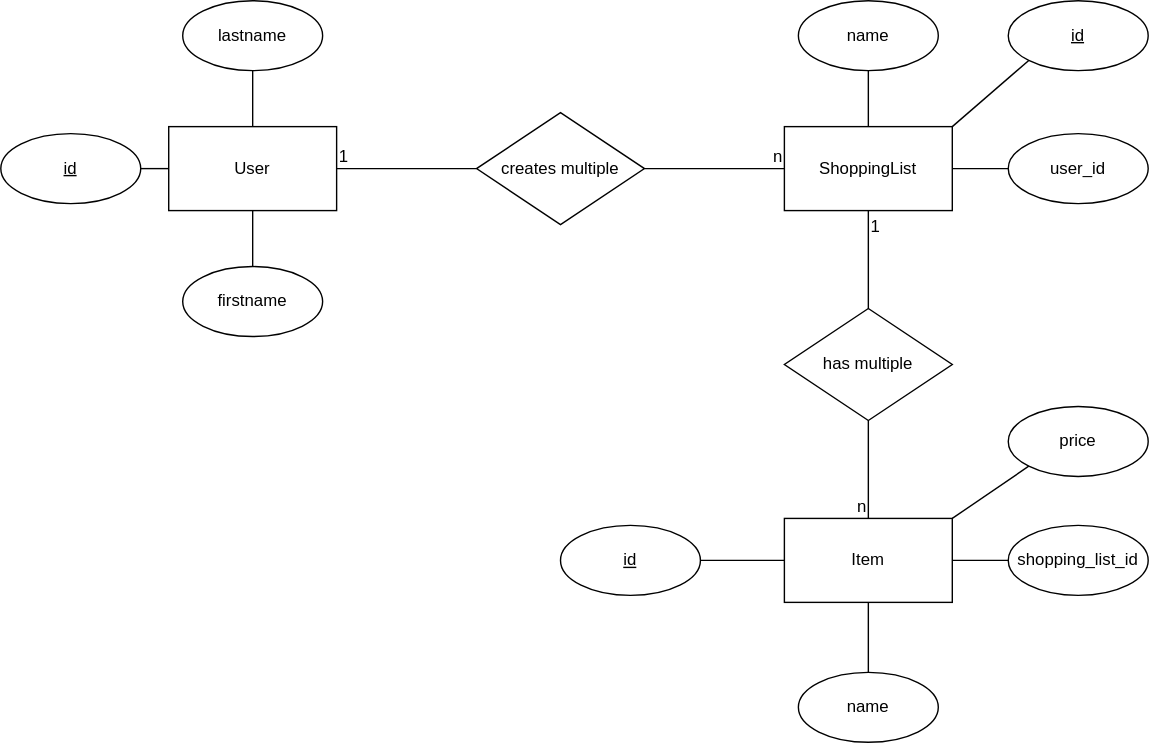
niklaskroe/hrp-api keeps this draw.io diagram as docs/assets/er-model.svg. Above is the earlier version. Source tidied: cells renumbered, new cells last; positions are measured from the earlier drawing's top-left corner, leaving out a move shared by most shapes.
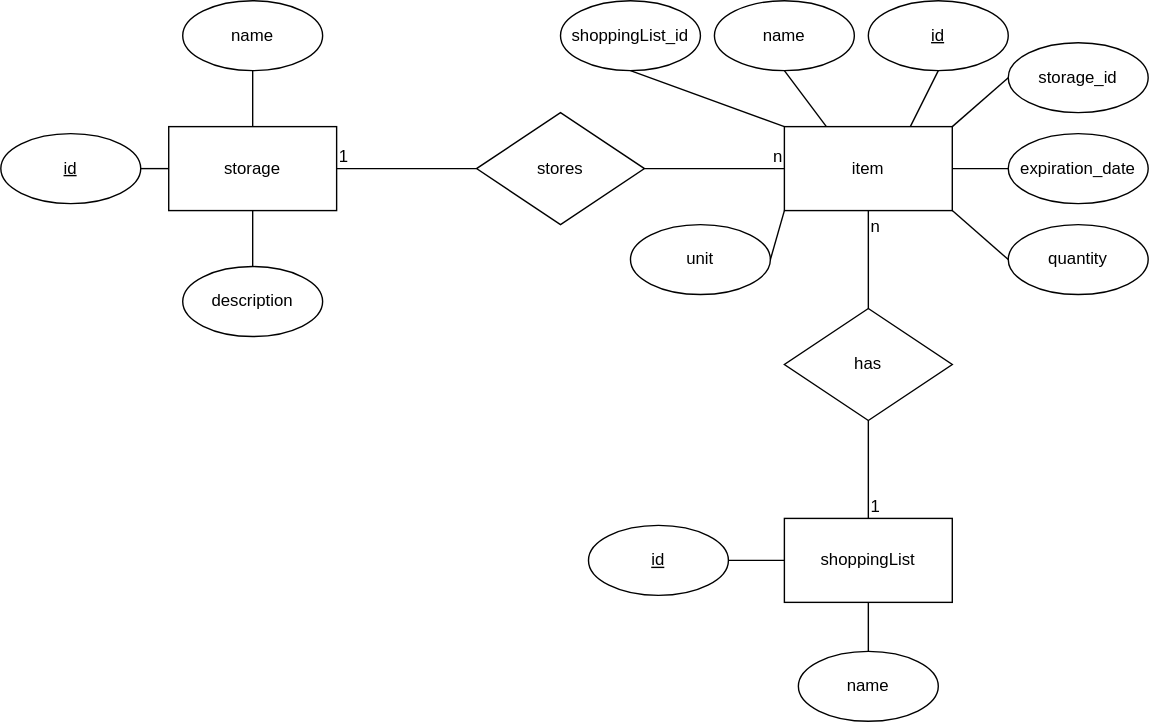
The same diagram one commit later.

What changed in the source:
```diff
@@ -2,25 +2,25 @@
   <root>
     <mxCell id="0" />
     <mxCell id="1" parent="0" />
-    <mxCell id="2" value="User" style="rounded=0;whiteSpace=wrap;html=1;" parent="1" vertex="1">
+    <mxCell id="2" value="storage" style="rounded=0;whiteSpace=wrap;html=1;" parent="1" vertex="1">
       <mxGeometry x="120" y="90" width="120" height="60" as="geometry" />
     </mxCell>
-    <mxCell id="3" value="ShoppingList" style="rounded=0;whiteSpace=wrap;html=1;" parent="1" vertex="1">
+    <mxCell id="3" value="item" style="rounded=0;whiteSpace=wrap;html=1;" parent="1" vertex="1">
       <mxGeometry x="560" y="90" width="120" height="60" as="geometry" />
     </mxCell>
-    <mxCell id="4" value="Item" style="rounded=0;whiteSpace=wrap;html=1;" parent="1" vertex="1">
+    <mxCell id="4" value="shoppingList" style="rounded=0;whiteSpace=wrap;html=1;" parent="1" vertex="1">
       <mxGeometry x="560" y="370" width="120" height="60" as="geometry" />
     </mxCell>
     <mxCell id="5" value="&lt;u&gt;id&lt;/u&gt;" style="ellipse;whiteSpace=wrap;html=1;" parent="1" vertex="1">
       <mxGeometry y="95" width="100" height="50" as="geometry" />
     </mxCell>
-    <mxCell id="6" value="firstname" style="ellipse;whiteSpace=wrap;html=1;" parent="1" vertex="1">
+    <mxCell id="6" value="&lt;div&gt;description&lt;/div&gt;" style="ellipse;whiteSpace=wrap;html=1;" parent="1" vertex="1">
       <mxGeometry x="130" y="190" width="100" height="50" as="geometry" />
     </mxCell>
-    <mxCell id="7" value="lastname" style="ellipse;whiteSpace=wrap;html=1;" parent="1" vertex="1">
+    <mxCell id="7" value="name" style="ellipse;whiteSpace=wrap;html=1;" parent="1" vertex="1">
       <mxGeometry x="130" width="100" height="50" as="geometry" />
     </mxCell>
-    <mxCell id="8" value="creates multiple" style="rhombus;whiteSpace=wrap;html=1;" parent="1" vertex="1">
+    <mxCell id="8" value="stores" style="rhombus;whiteSpace=wrap;html=1;" parent="1" vertex="1">
       <mxGeometry x="340" y="80" width="120" height="80" as="geometry" />
     </mxCell>
     <mxCell id="9" style="endArrow=none;html=1;rounded=0;exitX=1;exitY=0.5;exitDx=0;exitDy=0;" parent="1" edge="1" source="5">
@@ -54,22 +54,13 @@
     <mxCell id="17" value="n" style="html=1;whiteSpace=wrap;align=right;verticalAlign=bottom;" parent="15" vertex="1">
       <mxGeometry x="1" relative="1" as="geometry" />
     </mxCell>
-    <mxCell id="18" value="has multiple" style="rhombus;whiteSpace=wrap;html=1;" parent="1" vertex="1">
+    <mxCell id="18" value="has" style="rhombus;whiteSpace=wrap;html=1;" parent="1" vertex="1">
       <mxGeometry x="560" y="220" width="120" height="80" as="geometry" />
     </mxCell>
-    <mxCell id="19" style="endArrow=none;html=1;rounded=0;exitX=0.5;exitY=1;exitDx=0;exitDy=0;entryX=0.5;entryY=0;entryDx=0;entryDy=0;" parent="1" edge="1" source="18" target="4">
-      <mxGeometry relative="1" as="geometry" />
-    </mxCell>
-    <mxCell id="20" style="html=1;whiteSpace=wrap;align=left;verticalAlign=bottom;" parent="19" vertex="1">
-      <mxGeometry x="-1" relative="1" as="geometry" />
-    </mxCell>
-    <mxCell id="21" value="n" style="html=1;whiteSpace=wrap;align=right;verticalAlign=bottom;" parent="19" vertex="1">
-      <mxGeometry x="1" relative="1" as="geometry" />
-    </mxCell>
     <mxCell id="22" style="endArrow=none;html=1;rounded=0;exitX=0.5;exitY=1;exitDx=0;exitDy=0;entryX=0.5;entryY=0;entryDx=0;entryDy=0;" parent="1" edge="1" source="3" target="18">
       <mxGeometry relative="1" as="geometry" />
     </mxCell>
-    <mxCell id="23" value="1" style="html=1;whiteSpace=wrap;align=left;verticalAlign=bottom;" parent="22" vertex="1">
+    <mxCell id="23" value="n" style="html=1;whiteSpace=wrap;align=left;verticalAlign=bottom;" parent="22" vertex="1">
       <mxGeometry x="-1" relative="1" as="geometry">
         <mxPoint y="20" as="offset" />
       </mxGeometry>
@@ -78,46 +69,67 @@
       <mxGeometry x="1" relative="1" as="geometry" />
     </mxCell>
     <mxCell id="25" value="&lt;u&gt;id&lt;/u&gt;" style="ellipse;whiteSpace=wrap;html=1;" parent="1" vertex="1">
-      <mxGeometry x="400" y="375" width="100" height="50" as="geometry" />
+      <mxGeometry x="420" y="375" width="100" height="50" as="geometry" />
     </mxCell>
     <mxCell id="26" style="endArrow=none;html=1;rounded=0;entryX=0;entryY=0.5;entryDx=0;entryDy=0;exitX=1;exitY=0.5;exitDx=0;exitDy=0;" parent="1" edge="1" source="25" target="4">
       <mxGeometry relative="1" as="geometry" />
     </mxCell>
     <mxCell id="27" value="name" style="ellipse;whiteSpace=wrap;html=1;" parent="1" vertex="1">
-      <mxGeometry x="570" y="480" width="100" height="50" as="geometry" />
+      <mxGeometry x="570" y="465" width="100" height="50" as="geometry" />
     </mxCell>
     <mxCell id="28" style="endArrow=none;html=1;rounded=0;entryX=0.5;entryY=1;entryDx=0;entryDy=0;exitX=0.5;exitY=0;exitDx=0;exitDy=0;" parent="1" edge="1" source="27" target="4">
       <mxGeometry relative="1" as="geometry" />
     </mxCell>
-    <mxCell id="29" value="price" style="ellipse;whiteSpace=wrap;html=1;" parent="1" vertex="1">
-      <mxGeometry x="720" y="290" width="100" height="50" as="geometry" />
+    <mxCell id="29" value="expiration_date" style="ellipse;whiteSpace=wrap;html=1;" parent="1" vertex="1">
+      <mxGeometry x="720" y="95" width="100" height="50" as="geometry" />
     </mxCell>
-    <mxCell id="30" style="endArrow=none;html=1;rounded=0;entryX=1;entryY=0;entryDx=0;entryDy=0;exitX=0;exitY=1;exitDx=0;exitDy=0;" parent="1" edge="1" source="29" target="4">
+    <mxCell id="30" style="endArrow=none;html=1;rounded=0;entryX=1;entryY=0.5;entryDx=0;entryDy=0;exitX=0;exitY=0.5;exitDx=0;exitDy=0;" parent="1" edge="1" source="29" target="3">
       <mxGeometry relative="1" as="geometry" />
     </mxCell>
-    <mxCell id="31" value="shopping_list_id" style="ellipse;whiteSpace=wrap;html=1;" parent="1" vertex="1">
-      <mxGeometry x="720" y="375" width="100" height="50" as="geometry" />
+    <mxCell id="31" value="shoppingList_id" style="ellipse;whiteSpace=wrap;html=1;" parent="1" vertex="1">
+      <mxGeometry x="400" width="100" height="50" as="geometry" />
     </mxCell>
-    <mxCell id="32" style="endArrow=none;html=1;rounded=0;entryX=1;entryY=0.5;entryDx=0;entryDy=0;exitX=0;exitY=0.5;exitDx=0;exitDy=0;" parent="1" edge="1" source="31" target="4">
+    <mxCell id="32" style="endArrow=none;html=1;rounded=0;entryX=0;entryY=0;entryDx=0;entryDy=0;exitX=0.5;exitY=1;exitDx=0;exitDy=0;" parent="1" edge="1" source="31" target="3">
       <mxGeometry relative="1" as="geometry" />
     </mxCell>
     <mxCell id="33" value="name" style="ellipse;whiteSpace=wrap;html=1;" parent="1" vertex="1">
-      <mxGeometry x="570" width="100" height="50" as="geometry" />
+      <mxGeometry x="510" width="100" height="50" as="geometry" />
     </mxCell>
-    <mxCell id="34" style="endArrow=none;html=1;rounded=0;entryX=0.5;entryY=0;entryDx=0;entryDy=0;exitX=0.5;exitY=1;exitDx=0;exitDy=0;" parent="1" edge="1" source="33" target="3">
+    <mxCell id="34" style="endArrow=none;html=1;rounded=0;entryX=0.25;entryY=0;entryDx=0;entryDy=0;exitX=0.5;exitY=1;exitDx=0;exitDy=0;" parent="1" edge="1" source="33" target="3">
       <mxGeometry relative="1" as="geometry" />
     </mxCell>
     <mxCell id="35" value="&lt;u&gt;id&lt;/u&gt;" style="ellipse;whiteSpace=wrap;html=1;" parent="1" vertex="1">
-      <mxGeometry x="720" width="100" height="50" as="geometry" />
+      <mxGeometry x="620" width="100" height="50" as="geometry" />
     </mxCell>
-    <mxCell id="36" style="endArrow=none;html=1;rounded=0;entryX=1;entryY=0;entryDx=0;entryDy=0;exitX=0;exitY=1;exitDx=0;exitDy=0;" parent="1" edge="1" source="35" target="3">
+    <mxCell id="36" style="endArrow=none;html=1;rounded=0;entryX=0.75;entryY=0;entryDx=0;entryDy=0;exitX=0.5;exitY=1;exitDx=0;exitDy=0;" parent="1" edge="1" source="35" target="3">
       <mxGeometry relative="1" as="geometry" />
     </mxCell>
-    <mxCell id="37" value="user_id" style="ellipse;whiteSpace=wrap;html=1;" parent="1" vertex="1">
-      <mxGeometry x="720" y="95" width="100" height="50" as="geometry" />
+    <mxCell id="37" value="storage_id" style="ellipse;whiteSpace=wrap;html=1;" parent="1" vertex="1">
+      <mxGeometry x="720" y="30" width="100" height="50" as="geometry" />
     </mxCell>
-    <mxCell id="38" style="endArrow=none;html=1;rounded=0;entryX=1;entryY=0.5;entryDx=0;entryDy=0;exitX=0;exitY=0.5;exitDx=0;exitDy=0;" parent="1" edge="1" source="37" target="3">
+    <mxCell id="38" style="endArrow=none;html=1;rounded=0;entryX=1;entryY=0;entryDx=0;entryDy=0;exitX=0;exitY=0.5;exitDx=0;exitDy=0;" parent="1" edge="1" source="37" target="3">
       <mxGeometry relative="1" as="geometry" />
     </mxCell>
+    <mxCell id="39" value="quantity" style="ellipse;whiteSpace=wrap;html=1;" parent="1" vertex="1">
+      <mxGeometry x="720" y="160" width="100" height="50" as="geometry" />
+    </mxCell>
+    <mxCell id="40" style="endArrow=none;html=1;rounded=0;entryX=1;entryY=1;entryDx=0;entryDy=0;exitX=0;exitY=0.5;exitDx=0;exitDy=0;" parent="1" edge="1" source="39" target="3">
+      <mxGeometry relative="1" as="geometry" />
+    </mxCell>
+    <mxCell id="41" value="unit" style="ellipse;whiteSpace=wrap;html=1;" parent="1" vertex="1">
+      <mxGeometry x="450" y="160" width="100" height="50" as="geometry" />
+    </mxCell>
+    <mxCell id="42" style="endArrow=none;html=1;rounded=0;exitX=1;exitY=0.5;exitDx=0;exitDy=0;entryX=0;entryY=1;entryDx=0;entryDy=0;" parent="1" edge="1" source="41" target="3">
+      <mxGeometry relative="1" as="geometry" />
+    </mxCell>
+    <mxCell id="43" style="endArrow=none;html=1;rounded=0;exitX=0.5;exitY=0;exitDx=0;exitDy=0;entryX=0.5;entryY=1;entryDx=0;entryDy=0;" parent="1" edge="1" source="4" target="18">
+      <mxGeometry relative="1" as="geometry" />
+    </mxCell>
+    <mxCell id="44" value="1" style="html=1;whiteSpace=wrap;align=left;verticalAlign=bottom;" parent="43" vertex="1">
+      <mxGeometry x="-1" relative="1" as="geometry" />
+    </mxCell>
+    <mxCell id="45" style="html=1;whiteSpace=wrap;align=right;verticalAlign=bottom;" parent="43" vertex="1">
+      <mxGeometry x="1" relative="1" as="geometry" />
+    </mxCell>
   </root>
 </mxGraphModel>
```
